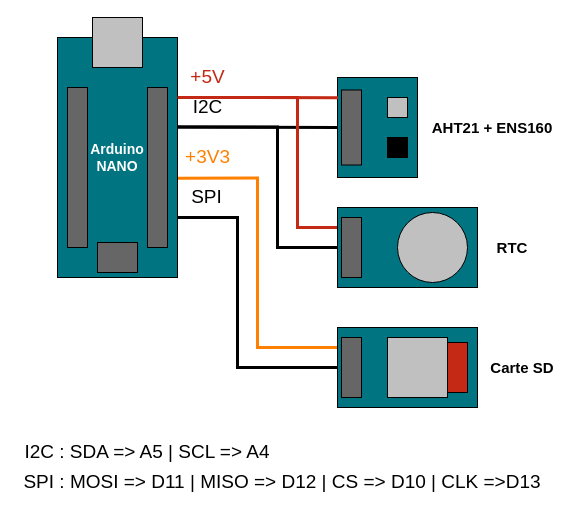
This is Illustration_Connection_Modules.drawio from Mr-Smits/PiouPiou_CO2, a draw.io file, before an edit. Source tidied: cells renumbered, new cells numbered last; positions are measured from the earlier drawing's top-left corner, leaving out a move shared by most shapes. Both pictures are drawn from the tidied source at 100%, with x=0, y=0 at pixel (17, 17).
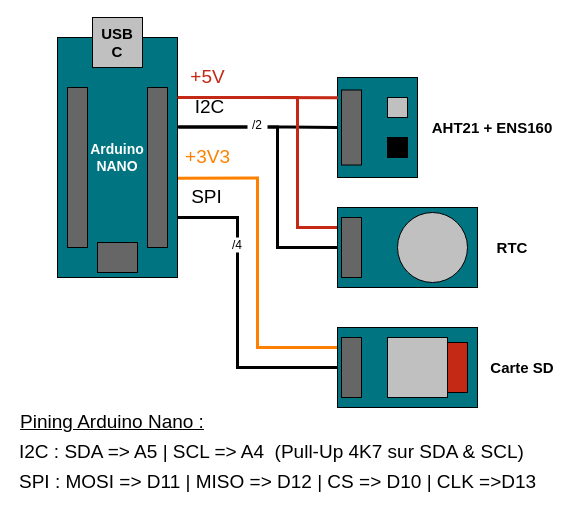
Above is the later version.

The change refers to these unchanged cells:
```xml
<mxCell id="7" value="&lt;font style=&quot;font-size: 14px;&quot; color=&quot;#ffffff&quot;&gt;&lt;b&gt;Arduino &lt;br&gt;NANO&lt;/b&gt;&lt;/font&gt;" style="rounded=0;whiteSpace=wrap;html=1;fillColor=#017481;" parent="1" vertex="1">
  <mxGeometry x="40" y="20" width="120" height="240" as="geometry" />
</mxCell>
<mxCell id="8" style="rounded=0;whiteSpace=wrap;html=1;fillColor=#017481;" parent="1" vertex="1">
  <mxGeometry x="320" y="60" width="80" height="100" as="geometry" />
</mxCell>
```

The edit, as a diff of the source:
```diff
@@
     <mxCell id="3" value="&lt;font style=&quot;font-size: 19px;&quot;&gt;I2C&lt;/font&gt;" style="edgeStyle=orthogonalEdgeStyle;rounded=0;jettySize=auto;html=1;exitX=1.01;exitY=0.373;exitDx=0;exitDy=0;entryX=0;entryY=0.5;entryDx=0;entryDy=0;endArrow=none;endFill=0;strokeWidth=3;exitPerimeter=0;" parent="1" edge="1" source="7" target="8">
       <mxGeometry x="-0.61" y="20" relative="1" as="geometry">
         <Array as="points">
-          <mxPoint x="160" y="110" />
+          <mxPoint x="270" y="110" />
         </Array>
       </mxGeometry>
     </mxCell>
@@
-    <mxCell id="24" style="whiteSpace=wrap;html=1;fillColor=#c0c0c0;" parent="1" vertex="1">
+    <mxCell id="24" value="&lt;b style=&quot;font-size: 15px;&quot;&gt;USB&lt;br&gt;C&lt;br&gt;&lt;/b&gt;" style="whiteSpace=wrap;html=1;fillColor=#c0c0c0;" parent="1" vertex="1">
       <mxGeometry x="75" width="50" height="50" as="geometry" />
     </mxCell>
@@
     <mxCell id="26" style="edgeStyle=orthogonalEdgeStyle;rounded=0;jettySize=auto;html=1;exitX=1;exitY=0.25;exitDx=0;exitDy=0;entryX=0.006;entryY=0.203;entryDx=0;entryDy=0;entryPerimeter=0;endArrow=none;endFill=0;strokeWidth=3;strokeColor=#C32914;" parent="1" edge="1" source="7" target="8">
-      <mxGeometry relative="1" as="geometry" />
+      <mxGeometry relative="1" as="geometry">
+        <Array as="points">
+          <mxPoint x="240" y="80" />
+        </Array>
+      </mxGeometry>
     </mxCell>
-    <mxCell id="27" value="&lt;font style=&quot;font-size: 19px;&quot;&gt;I2C : SDA =&amp;gt; A5 | SCL =&amp;gt; A4&lt;/font&gt;" style="text;html=1;align=center;verticalAlign=middle;whiteSpace=wrap;rounded=0;" parent="1" vertex="1">
-      <mxGeometry y="420" width="260" height="30" as="geometry" />
+    <mxCell id="27" value="&lt;div align=&quot;left&quot;&gt;&lt;font style=&quot;font-size: 19px;&quot;&gt;I2C : SDA =&amp;gt; A5 | SCL =&amp;gt; A4&amp;nbsp; (Pull-Up 4K7 sur SDA &amp;amp; SCL)&lt;br&gt;&lt;/font&gt;&lt;/div&gt;" style="text;html=1;align=left;verticalAlign=middle;whiteSpace=wrap;rounded=0;" parent="1" vertex="1">
+      <mxGeometry y="420" width="520" height="30" as="geometry" />
     </mxCell>
-    <mxCell id="28" value="&lt;font style=&quot;font-size: 19px;&quot;&gt;SPI : MOSI =&amp;gt; D11 | MISO =&amp;gt; D12 | CS =&amp;gt; D10 | CLK =&amp;gt;D13&lt;/font&gt;" style="text;html=1;align=center;verticalAlign=middle;whiteSpace=wrap;rounded=0;" parent="1" vertex="1">
+    <mxCell id="28" value="&lt;div align=&quot;left&quot;&gt;&lt;font style=&quot;font-size: 19px;&quot;&gt;SPI : MOSI =&amp;gt; D11 | MISO =&amp;gt; D12 | CS =&amp;gt; D10 | CLK =&amp;gt;D13&lt;/font&gt;&lt;/div&gt;" style="text;html=1;align=left;verticalAlign=middle;whiteSpace=wrap;rounded=0;" parent="1" vertex="1">
       <mxGeometry y="450" width="530" height="30" as="geometry" />
     </mxCell>
+    <mxCell id="29" value="&lt;div align=&quot;left&quot;&gt;&lt;u&gt;&lt;font style=&quot;font-size: 19px;&quot;&gt;Pining Arduino Nano :&lt;br&gt;&lt;/font&gt;&lt;/u&gt;&lt;/div&gt;" style="text;html=1;align=center;verticalAlign=middle;whiteSpace=wrap;rounded=0;" parent="1" vertex="1">
+      <mxGeometry y="390" width="190" height="30" as="geometry" />
+    </mxCell>
+    <mxCell id="30" value="/2" style="text;html=1;align=center;verticalAlign=middle;whiteSpace=wrap;rounded=0;fillColor=default;" parent="1" vertex="1">
+      <mxGeometry x="230" y="100" width="20" height="15" as="geometry" />
+    </mxCell>
+    <mxCell id="31" value="/4" style="text;html=1;align=center;verticalAlign=middle;whiteSpace=wrap;rounded=0;fillColor=default;" parent="1" vertex="1">
+      <mxGeometry x="210" y="220" width="20" height="15" as="geometry" />
+    </mxCell>
```
